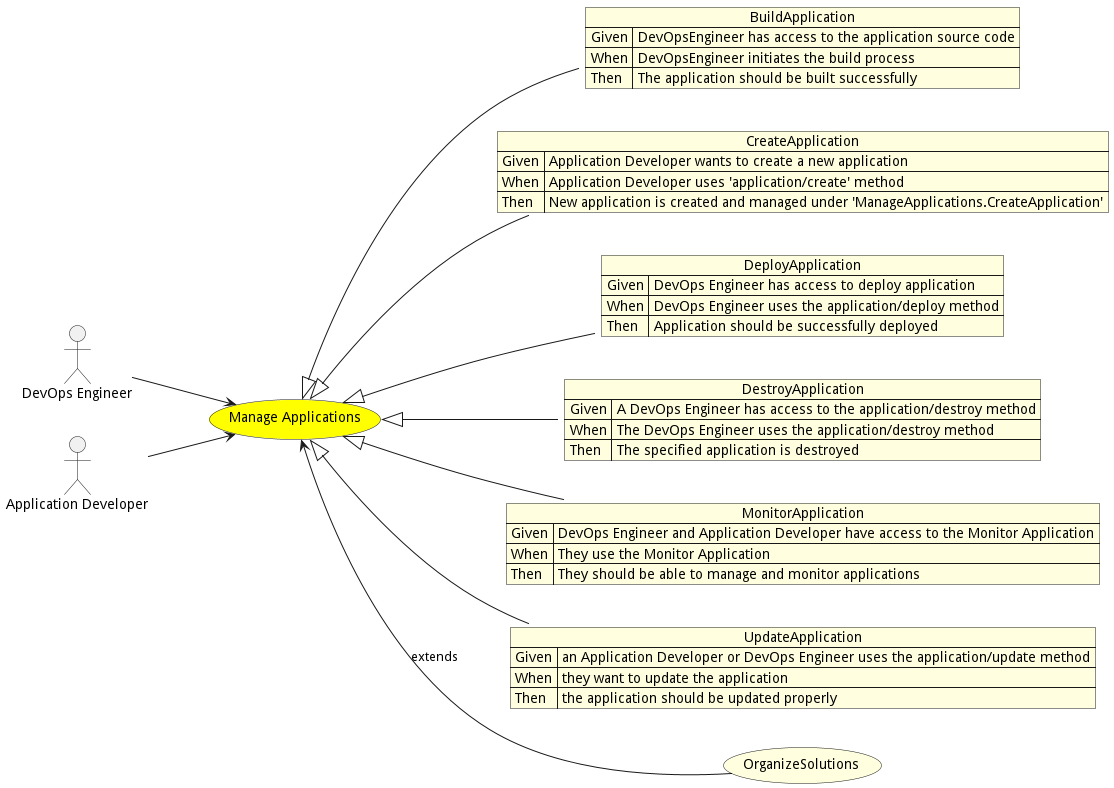
This is docs/edgemere/aml/usecases/manageapplications/Activities.png from madajaju/edgemere, a PlantUML export, as it was before one commit.
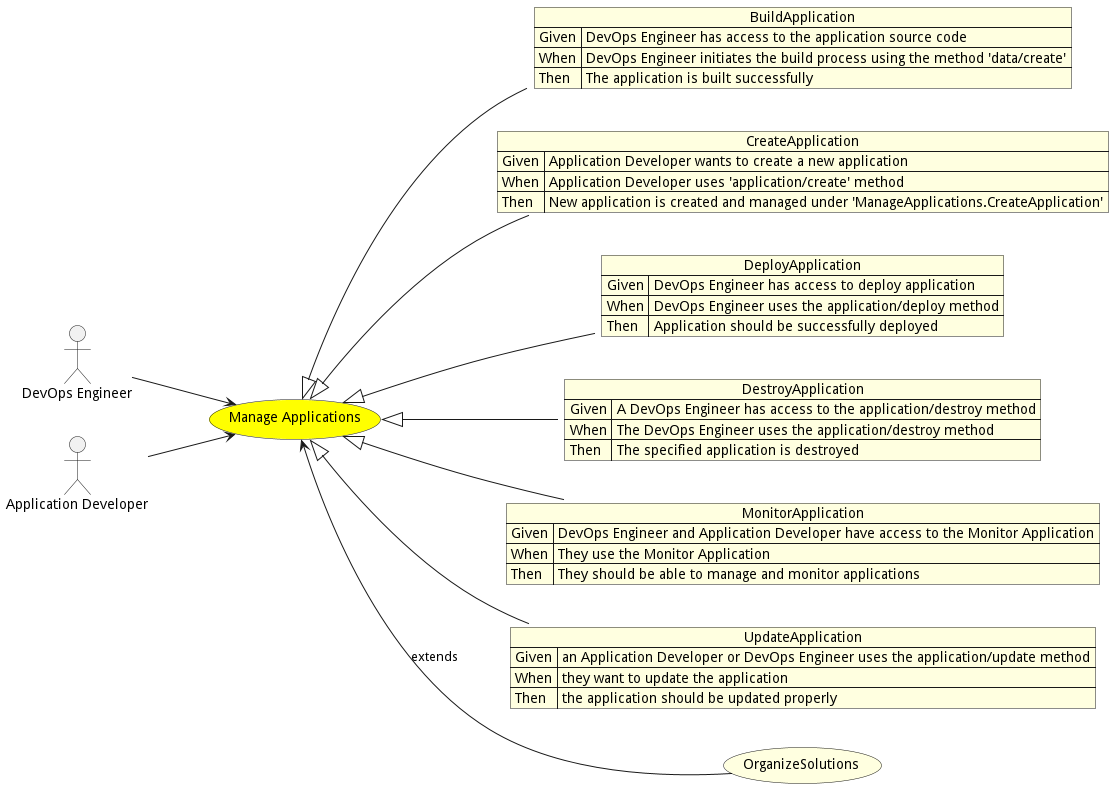
After the change.

The edit, as a diff of the source:
```diff
@@ -16,9 +16,9 @@
 
 
 json BuildApplication #lightyellow {
-    "Given": "DevOpsEngineer has access to the application source code",
-    "When": "DevOpsEngineer initiates the build process",
-    "Then": "The application should be built successfully"
+    "Given": "DevOps Engineer has access to the application source code",
+    "When": "DevOps Engineer initiates the build process using the method &#39;data/create&#39;",
+    "Then": "The application is built successfully"
 }
 
 ManageApplications <|-- BuildApplication
```
